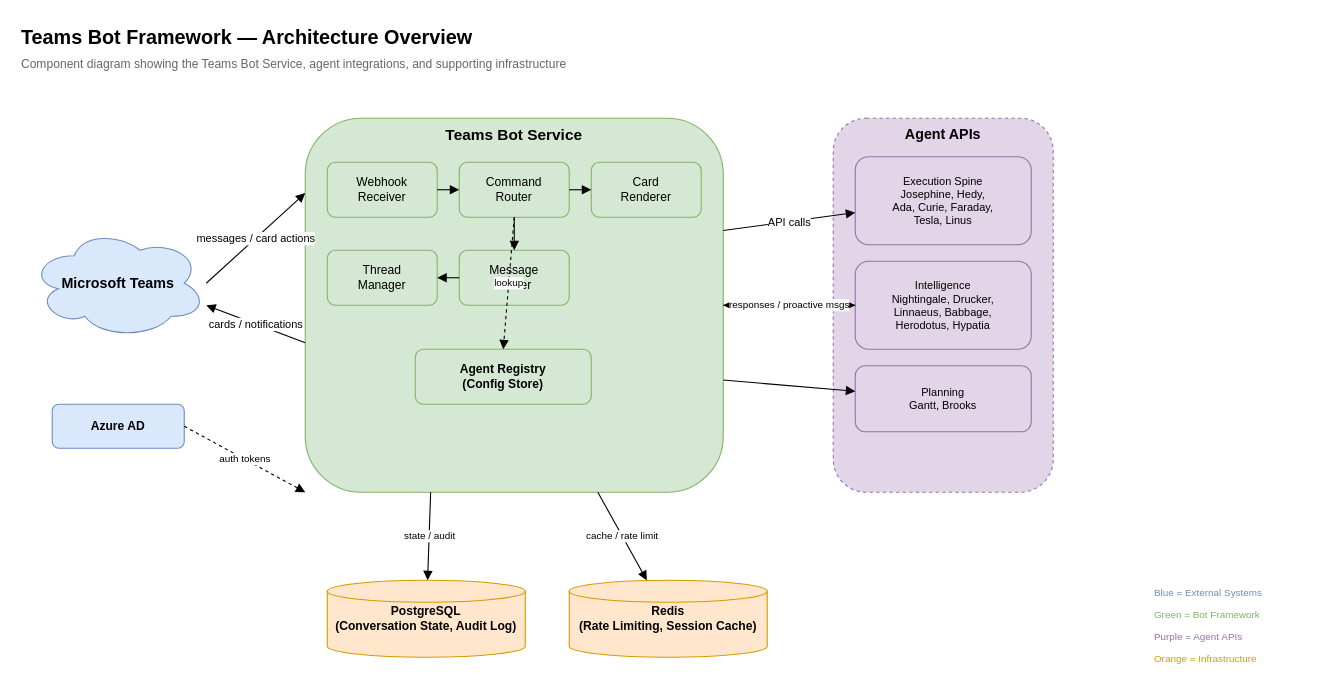
The draw.io diagram page "Architecture Overview" (1 of 4) of docs/diagrams/workforce/TEAMS_BOT_FRAMEWORK.drawio in jmac-cornelis/agent-workforce, before the edit. Source tidied: cells renumbered, new cells numbered last; positions are measured from the earlier drawing's top-left corner, leaving out a move shared by most shapes. Both pictures are drawn from the tidied source at 110%, with x=0, y=0 at pixel (19, 19).
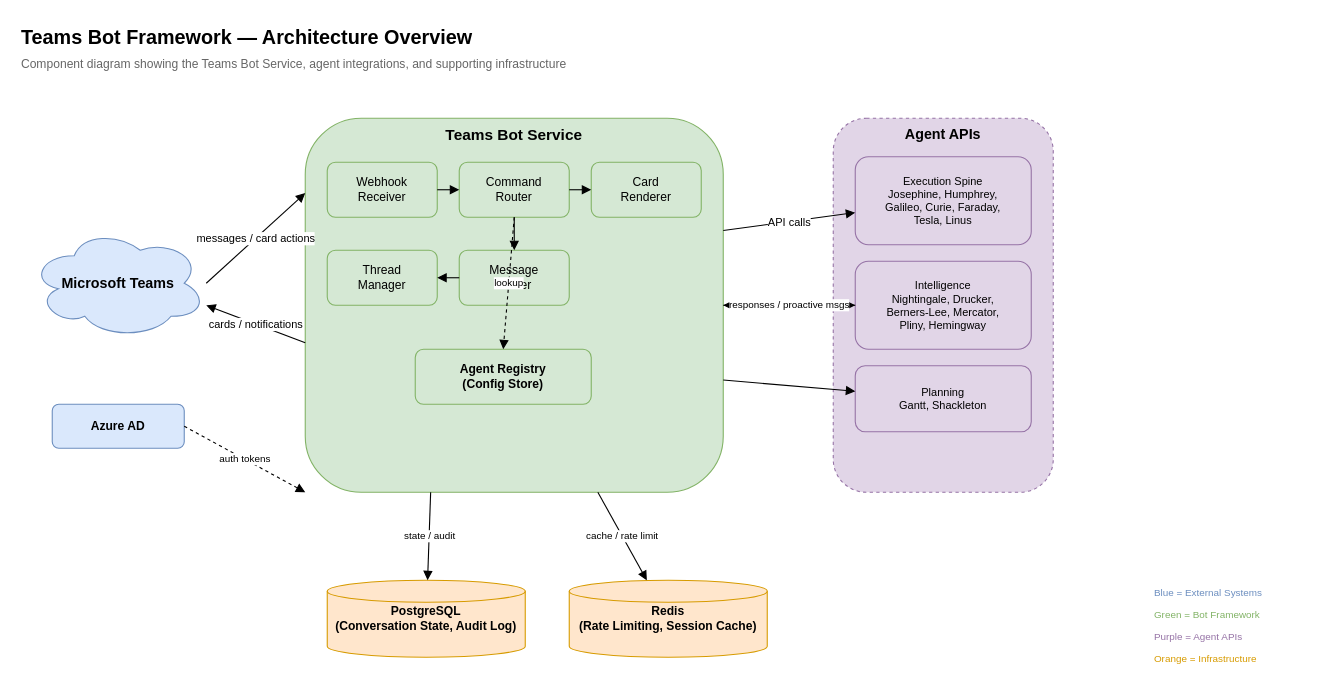
The same diagram, later.

Unchanged cells that the change refers to:
```xml
<mxCell id="20" value="Agent APIs" style="rounded=1;whiteSpace=wrap;html=1;fillColor=#e1d5e7;strokeColor=#9673a6;fontSize=13;fontStyle=1;verticalAlign=top;dashed=1;" parent="1" vertex="1">
  <mxGeometry x="740" y="90" width="200" height="340" as="geometry" />
</mxCell>
```

Change to the diagram source:
```diff
@@
-    <mxCell id="21" value="Execution Spine&#10;Josephine, Hedy,&#10;Ada, Curie, Faraday,&#10;Tesla, Linus" style="rounded=1;whiteSpace=wrap;html=1;fillColor=#e1d5e7;strokeColor=#9673a6;fontSize=10;" parent="20" vertex="1">
+    <mxCell id="21" value="Execution Spine&#10;Josephine, Humphrey,&#10;Galileo, Curie, Faraday,&#10;Tesla, Linus" style="rounded=1;whiteSpace=wrap;html=1;fillColor=#e1d5e7;strokeColor=#9673a6;fontSize=10;" parent="20" vertex="1">
       <mxGeometry x="20" y="35" width="160" height="80" as="geometry" />
     </mxCell>
-    <mxCell id="22" value="Intelligence&#10;Nightingale, Drucker,&#10;Linnaeus, Babbage,&#10;Herodotus, Hypatia" style="rounded=1;whiteSpace=wrap;html=1;fillColor=#e1d5e7;strokeColor=#9673a6;fontSize=10;" parent="20" vertex="1">
+    <mxCell id="22" value="Intelligence&#10;Nightingale, Drucker,&#10;Berners-Lee, Mercator,&#10;Pliny, Hemingway" style="rounded=1;whiteSpace=wrap;html=1;fillColor=#e1d5e7;strokeColor=#9673a6;fontSize=10;" parent="20" vertex="1">
       <mxGeometry x="20" y="130" width="160" height="80" as="geometry" />
     </mxCell>
-    <mxCell id="23" value="Planning&#10;Gantt, Brooks" style="rounded=1;whiteSpace=wrap;html=1;fillColor=#e1d5e7;strokeColor=#9673a6;fontSize=10;" parent="20" vertex="1">
+    <mxCell id="23" value="Planning&#10;Gantt, Shackleton" style="rounded=1;whiteSpace=wrap;html=1;fillColor=#e1d5e7;strokeColor=#9673a6;fontSize=10;" parent="20" vertex="1">
       <mxGeometry x="20" y="225" width="160" height="60" as="geometry" />
     </mxCell>
```
